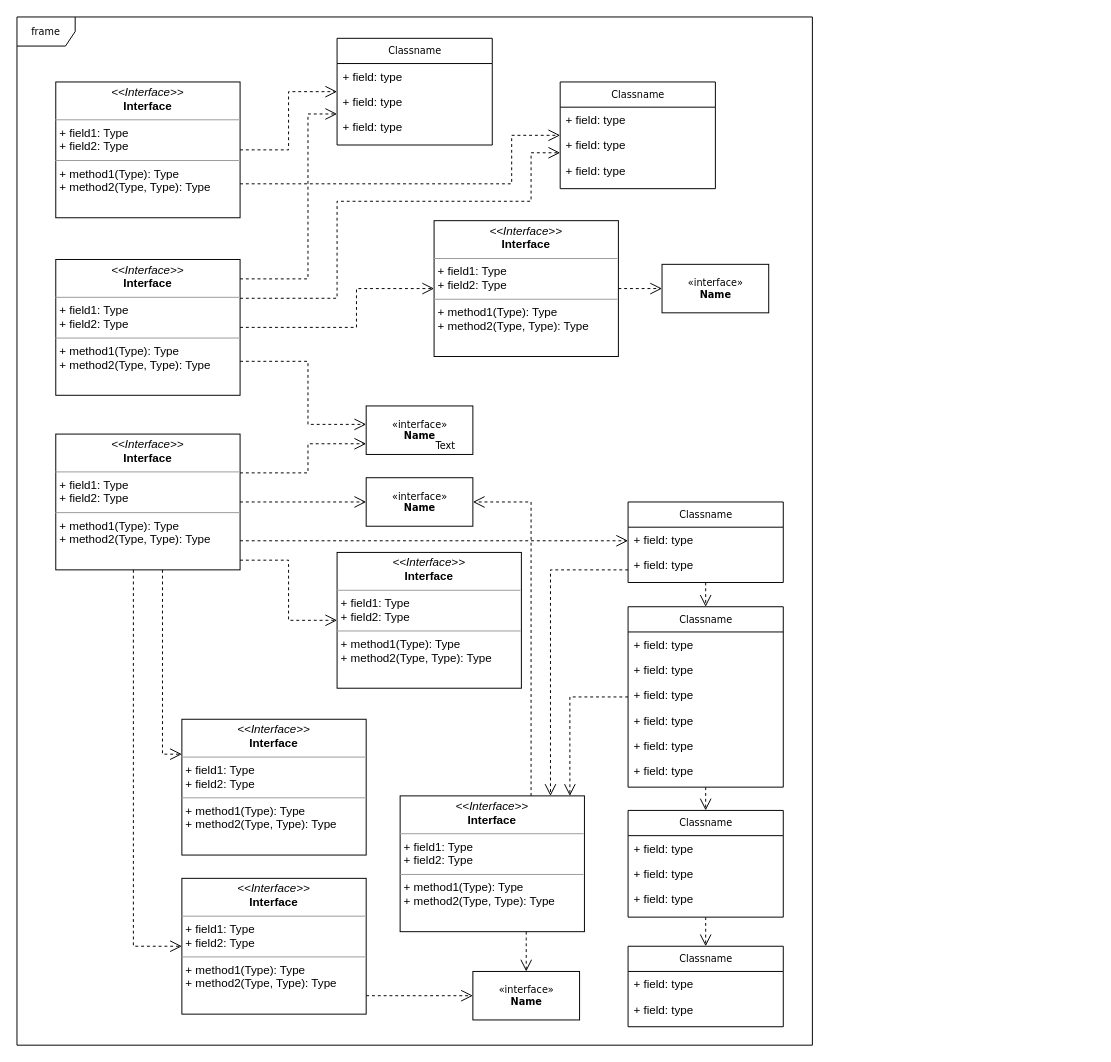
Before: Діаграма без назви.drawio in last-war/Home_work_webpython_01, a draw.io diagram. Source tidied: cells renumbered, new cells numbered last; positions are measured from the earlier drawing's top-left corner, leaving out a move shared by most shapes. Both pictures are drawn from the tidied source at 97%, with x=0, y=0 at pixel (16, 16).
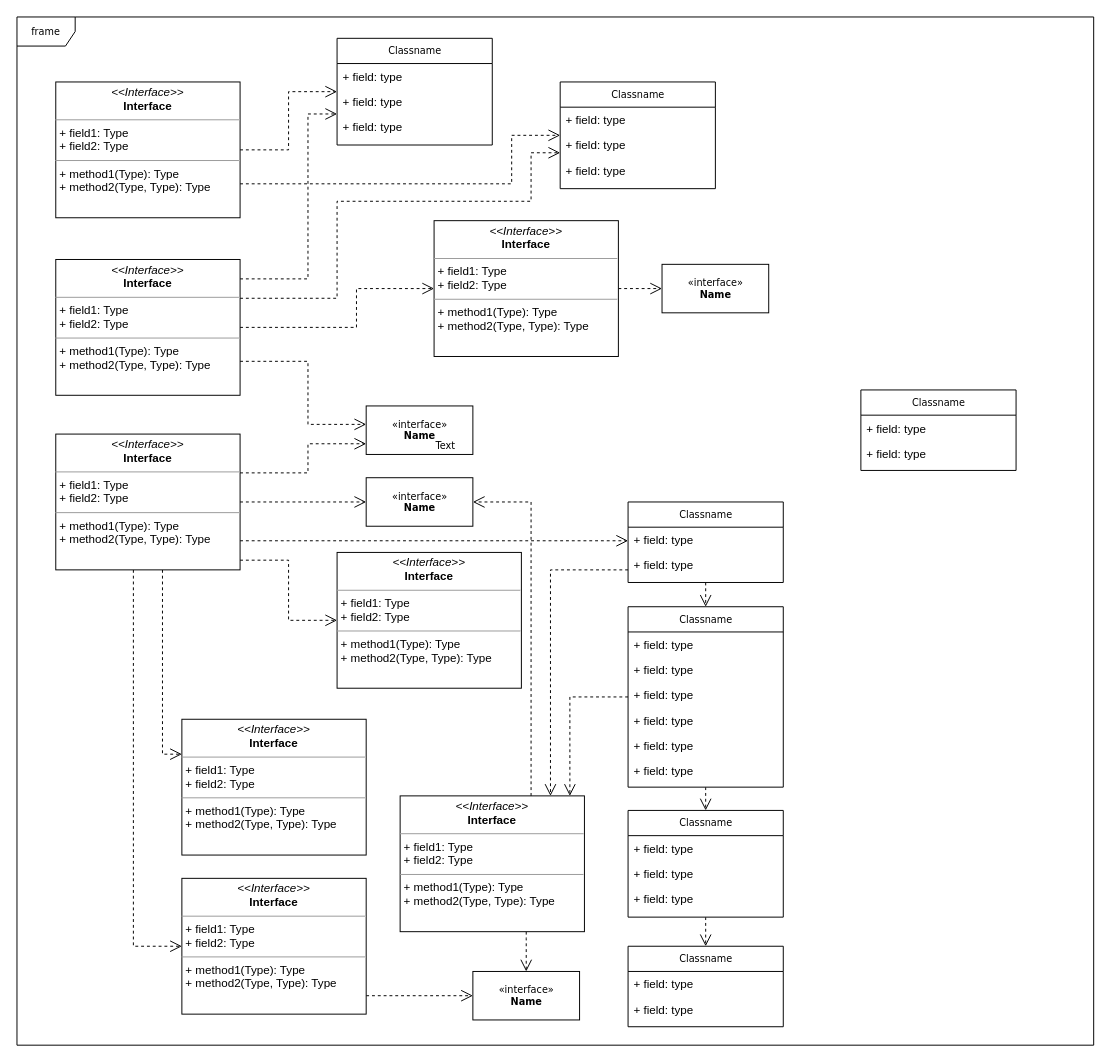
After the change.

What changed in the source:
```diff
@@
     <mxCell id="2" value="frame" style="shape=umlFrame;whiteSpace=wrap;html=1;rounded=0;shadow=0;comic=0;labelBackgroundColor=none;strokeWidth=1;fontFamily=Verdana;fontSize=10;align=center;" parent="1" vertex="1">
-      <mxGeometry width="820" height="1060" as="geometry" />
+      <mxGeometry width="1110" height="1060" as="geometry" />
     </mxCell>
@@
+    <mxCell id="62" value="Classname" style="swimlane;html=1;fontStyle=0;horizontal=1;startSize=26;fillColor=none;swimlaneFillColor=#ffffff;rounded=0;shadow=0;comic=0;labelBackgroundColor=none;strokeWidth=1;fontFamily=Verdana;fontSize=10;align=center;" parent="1" vertex="1">
+      <mxGeometry x="870" y="384.5" width="160" height="83" as="geometry" />
+    </mxCell>
+    <mxCell id="63" value="+ field: type" style="text;html=1;strokeColor=none;fillColor=none;align=left;verticalAlign=top;spacingLeft=4;spacingRight=4;whiteSpace=wrap;overflow=hidden;" parent="62" vertex="1">
+      <mxGeometry y="26" width="160" height="26" as="geometry" />
+    </mxCell>
+    <mxCell id="64" value="+ field: type" style="text;html=1;strokeColor=none;fillColor=none;align=left;verticalAlign=top;spacingLeft=4;spacingRight=4;whiteSpace=wrap;overflow=hidden;" parent="62" vertex="1">
+      <mxGeometry y="52" width="160" height="26" as="geometry" />
+    </mxCell>
```
